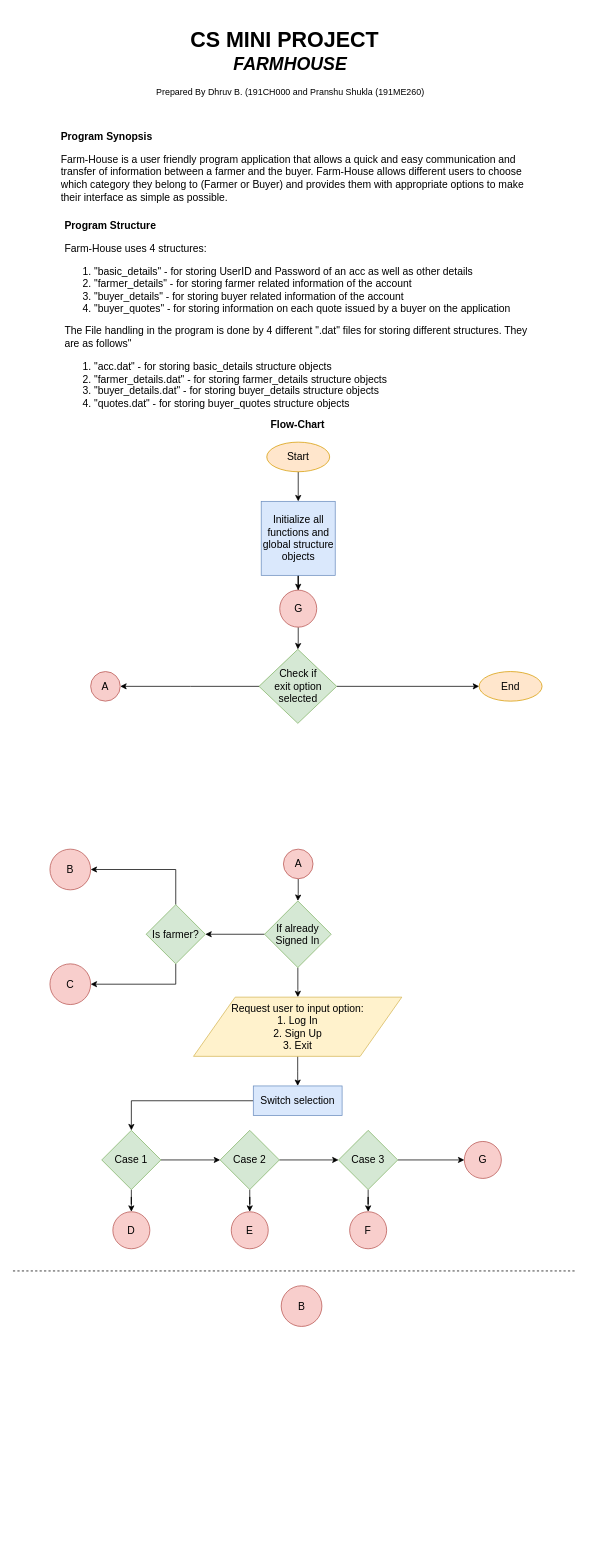
This is Flow Charts/Pdfs/Simplified.drawio from dhruvbanerjee77/FARMHOUSE-A-Marketing-Portal, a draw.io file, before an edit. Source tidied: cells renumbered, new cells numbered last; positions are measured from the earlier drawing's top-left corner, leaving out a move shared by most shapes. Both pictures are drawn from the tidied source at 74%, with x=0, y=0 at pixel (13, 20).
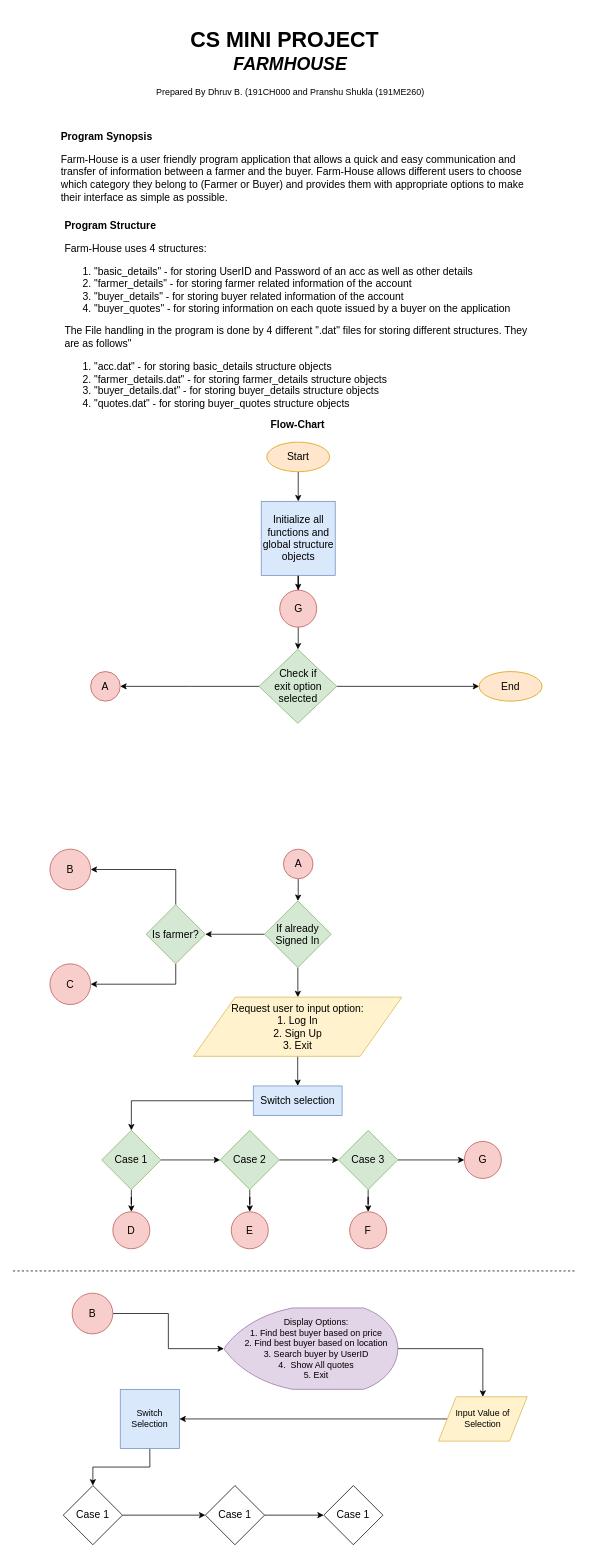
Above is the later version.

Diff of the diagram source:
```diff
@@
+    <mxCell id="47" style="edgeStyle=orthogonalEdgeStyle;rounded=0;jettySize=auto;html=1;fontSize=14;" parent="1" edge="1" source="46" target="49">
+      <mxGeometry relative="1" as="geometry" />
+    </mxCell>
     <mxCell id="46" value="B" style="ellipse;whiteSpace=wrap;html=1;fontSize=14;align=center;fillColor=#f8cecc;strokeColor=#b85450;" parent="1" vertex="1">
-      <mxGeometry x="362.5" y="1710" width="55" height="55" as="geometry" />
+      <mxGeometry x="80" y="1720" width="55" height="55" as="geometry" />
     </mxCell>
+    <mxCell id="48" style="edgeStyle=orthogonalEdgeStyle;rounded=0;jettySize=auto;html=1;fontSize=14;" parent="1" edge="1" source="49" target="51">
+      <mxGeometry relative="1" as="geometry" />
+    </mxCell>
+    <mxCell id="49" value="Display Options:&lt;br&gt;1. Find best buyer based on price&lt;br&gt;2. Find best buyer based on location&lt;br&gt;3. Search buyer by UserID&lt;br&gt;4.&amp;nbsp; Show All quotes&lt;br&gt;5. Exit" style="strokeWidth=1;html=1;shape=mxgraph.flowchart.display;whiteSpace=wrap;spacingLeft=15;fillColor=#e1d5e7;strokeColor=#9673a6;" parent="1" vertex="1">
+      <mxGeometry x="285" y="1740" width="235" height="110" as="geometry" />
+    </mxCell>
+    <mxCell id="50" style="edgeStyle=orthogonalEdgeStyle;rounded=0;jettySize=auto;html=1;fontSize=14;" parent="1" edge="1" source="51" target="53">
+      <mxGeometry relative="1" as="geometry" />
+    </mxCell>
+    <mxCell id="51" value="Input Value of Selection" style="shape=parallelogram;perimeter=parallelogramPerimeter;whiteSpace=wrap;html=1;strokeWidth=1;fillColor=#fff2cc;strokeColor=#d6b656;" parent="1" vertex="1">
+      <mxGeometry x="575" y="1860" width="120" height="60" as="geometry" />
+    </mxCell>
+    <mxCell id="52" style="edgeStyle=orthogonalEdgeStyle;rounded=0;jettySize=auto;html=1;entryX=0.5;entryY=0;entryDx=0;entryDy=0;fontSize=14;" parent="1" edge="1" source="53" target="55">
+      <mxGeometry relative="1" as="geometry" />
+    </mxCell>
+    <mxCell id="53" value="Switch Selection" style="whiteSpace=wrap;html=1;strokeWidth=1;fillColor=#dae8fc;strokeColor=#6c8ebf;" parent="1" vertex="1">
+      <mxGeometry x="145" y="1850" width="80" height="80" as="geometry" />
+    </mxCell>
+    <mxCell id="54" style="edgeStyle=orthogonalEdgeStyle;rounded=0;jettySize=auto;html=1;fontSize=14;" parent="1" edge="1" source="55" target="57">
+      <mxGeometry relative="1" as="geometry" />
+    </mxCell>
+    <mxCell id="55" value="Case 1" style="rhombus;whiteSpace=wrap;html=1;fontSize=14;align=center;" parent="1" vertex="1">
+      <mxGeometry x="68" y="1980" width="80" height="80" as="geometry" />
+    </mxCell>
+    <mxCell id="56" style="edgeStyle=orthogonalEdgeStyle;rounded=0;jettySize=auto;html=1;fontSize=14;" parent="1" edge="1" source="57" target="58">
+      <mxGeometry relative="1" as="geometry" />
+    </mxCell>
+    <mxCell id="57" value="Case 1" style="rhombus;whiteSpace=wrap;html=1;fontSize=14;align=center;" parent="1" vertex="1">
+      <mxGeometry x="260" y="1980" width="80" height="80" as="geometry" />
+    </mxCell>
+    <mxCell id="58" value="Case 1" style="rhombus;whiteSpace=wrap;html=1;fontSize=14;align=center;" parent="1" vertex="1">
+      <mxGeometry x="420" y="1980" width="80" height="80" as="geometry" />
+    </mxCell>
```
